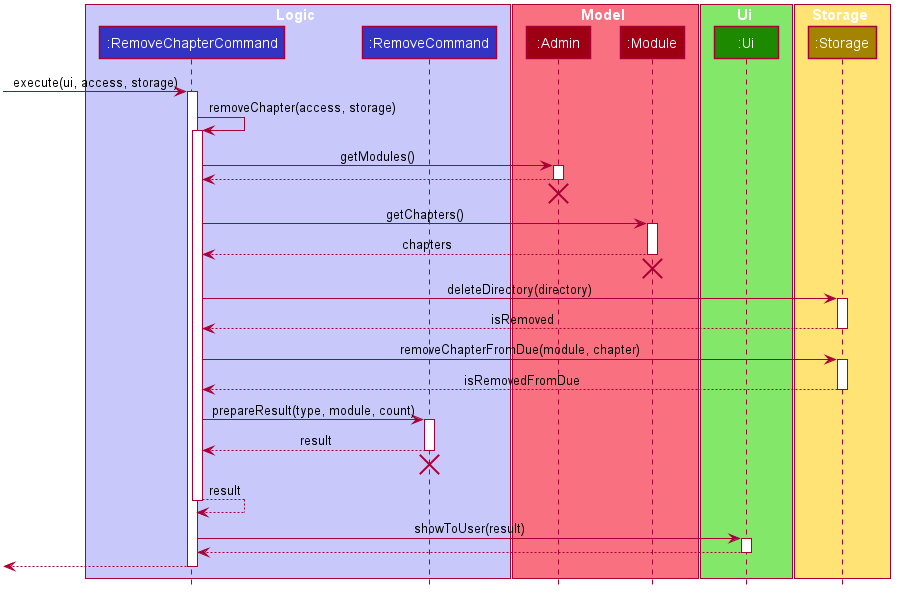
Earlier version of the PlantUML export docs/DG_Images/removechap_seq_diagram.png (nus-cs2113-AY2021S1/tp).
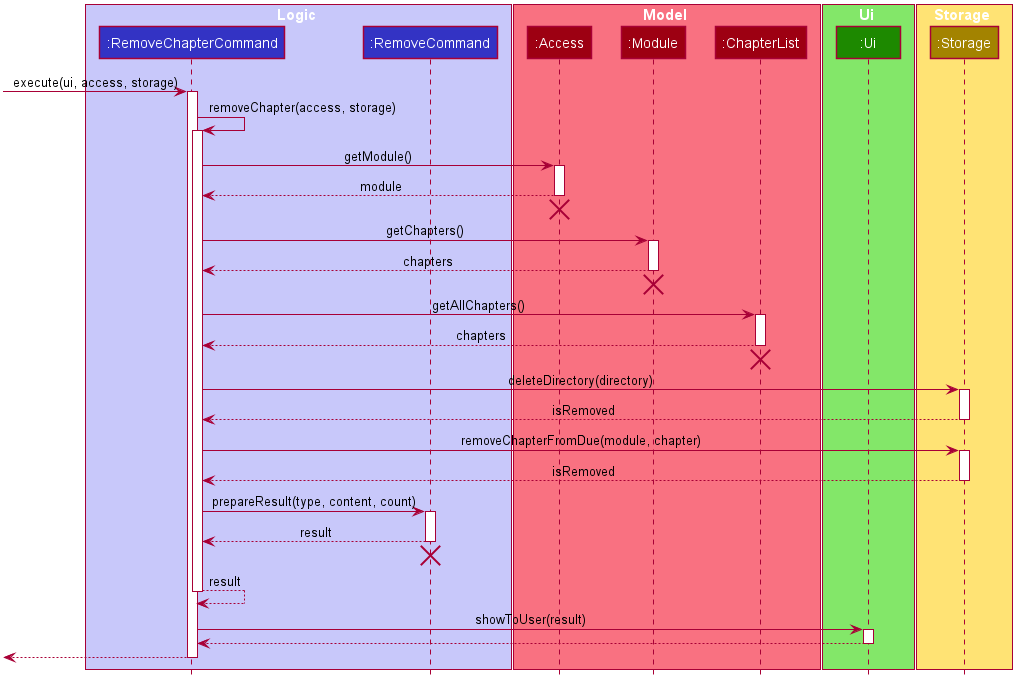
The same diagram one commit later.

The edit, as a diff of the source:
```diff
@@ -54,8 +54,9 @@
 end box
 
 box Model #F97181
-participant ":Admin" as Admin #9D0012
+participant ":Access" as Access #9D0012
 participant ":Module" as Module #9D0012
+participant ":ChapterList" as ChapterList #9D0012
 end box
 
 box Ui #83E769
@@ -70,27 +71,33 @@
 activate RemoveChapterCommand
 RemoveChapterCommand -> RemoveChapterCommand : removeChapter(access, storage)
 activate RemoveChapterCommand
-RemoveChapterCommand -> Admin : getModules()
-activate Admin
-RemoveChapterCommand <-- Admin
-deactivate Admin
-[<-[hidden]- Admin
-destroy Admin
+RemoveChapterCommand -> Access : getModule()
+activate Access
+RemoveChapterCommand <-- Access : module
+deactivate Access
+[<-[hidden]- Access
+destroy Access
 RemoveChapterCommand -> Module : getChapters()
 activate Module
 RemoveChapterCommand <-- Module : chapters
 deactivate Module
 [<-[hidden]- Module
 destroy Module
+RemoveChapterCommand -> ChapterList : getAllChapters()
+activate ChapterList
+RemoveChapterCommand <-- ChapterList : chapters
+deactivate ChapterList
+[<-[hidden]- ChapterList
+destroy ChapterList
 RemoveChapterCommand -> Storage : deleteDirectory(directory)
 activate Storage
 RemoveChapterCommand <-- Storage : isRemoved
 deactivate Storage
 RemoveChapterCommand -> Storage : removeChapterFromDue(module, chapter)
 activate Storage
-RemoveChapterCommand <-- Storage : isRemovedFromDue
+RemoveChapterCommand <-- Storage : isRemoved
 deactivate Storage
-RemoveChapterCommand -> RemoveCommand : prepareResult(type, module, count)
+RemoveChapterCommand -> RemoveCommand : prepareResult(type, content, count)
 activate RemoveCommand
 RemoveChapterCommand <-- RemoveCommand : result
 deactivate RemoveCommand
```
